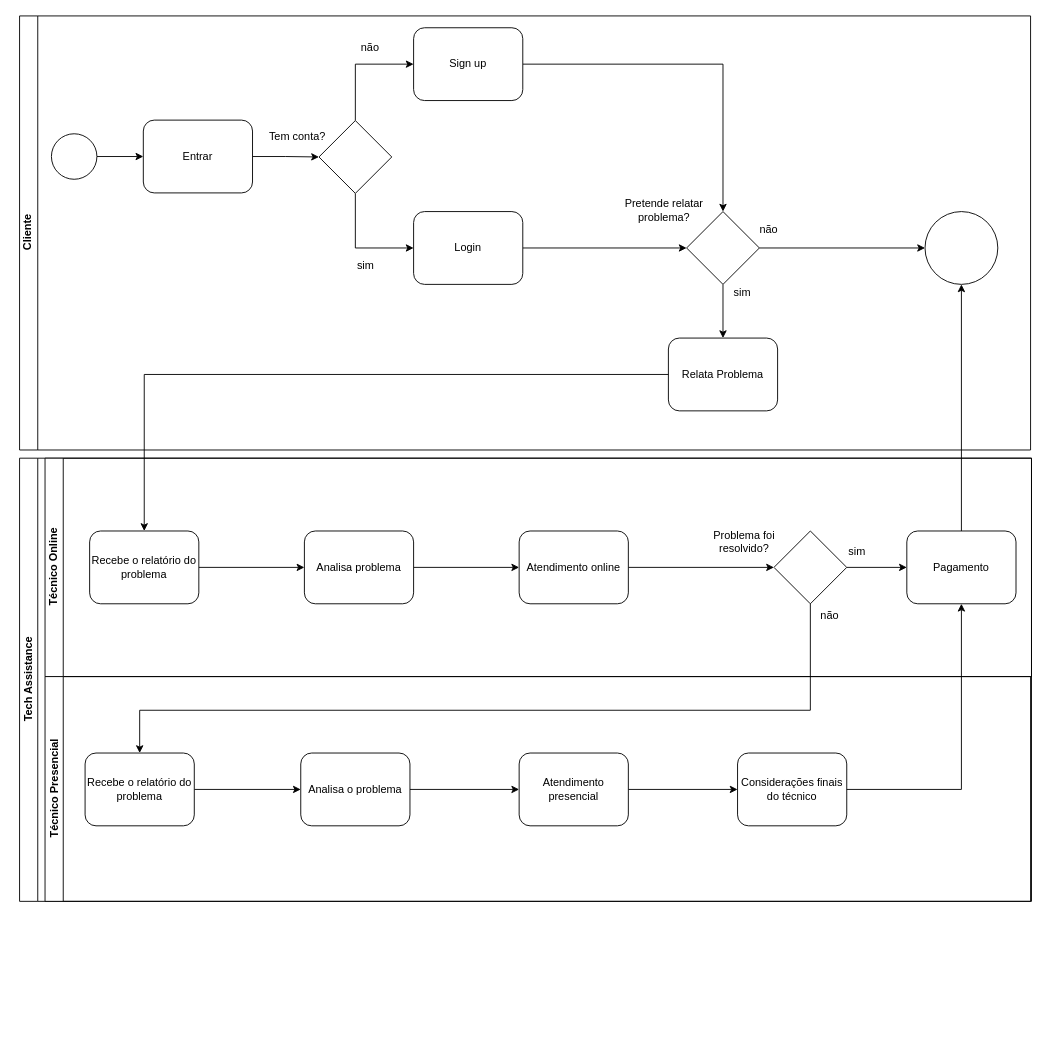
This is page "Fluxo de Negócios" (1 of 2) of Project diagrams and requirements/Tech assistance.drawio from felipepmoreno/Tech-assistanceSoftware, a draw.io file, before an edit. Source tidied: cells renumbered, new cells numbered last; positions are measured from the earlier drawing's top-left corner, leaving out a move shared by most shapes. Both pictures are drawn from the tidied source at 91%, with x=0, y=0 at pixel (19, 15).
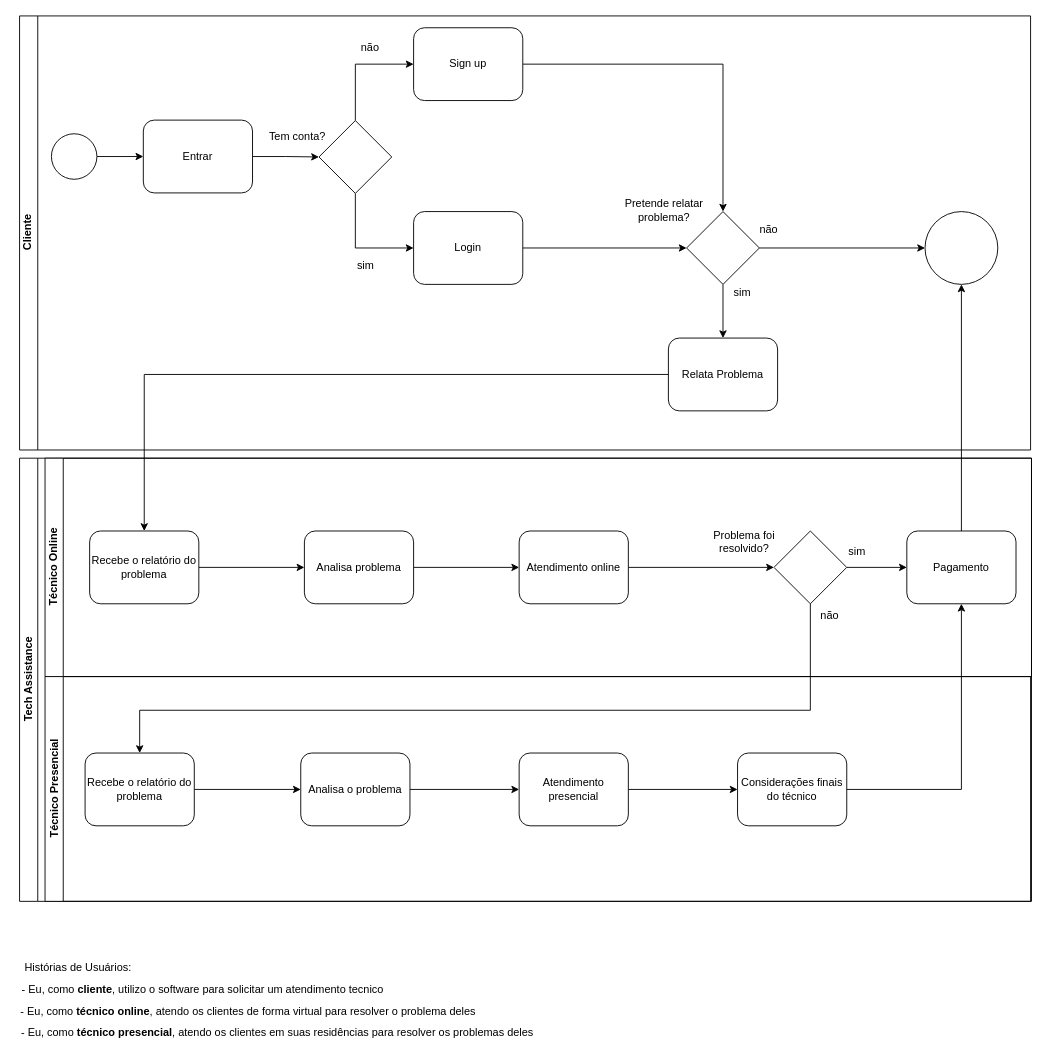
After the change.

Commit message:
Added user histories in Tech assistance.drawio

What changed in the source:
```diff
@@
+    <mxCell id="51" value="Histórias de Usuários:" style="text;html=1;align=center;verticalAlign=middle;" parent="1" vertex="1">
+      <mxGeometry y="1037" width="127" height="18" as="geometry" />
+    </mxCell>
+    <mxCell id="52" value="- Eu, como &lt;b&gt;cliente&lt;/b&gt;, utilizo o software para solicitar um atendimento tecnico" style="text;html=1;align=center;verticalAlign=middle;" parent="1" vertex="1">
+      <mxGeometry x="-3" y="1061" width="408" height="18" as="geometry" />
+    </mxCell>
+    <mxCell id="53" value="- Eu, como &lt;b&gt;técnico online&lt;/b&gt;, atendo os clientes de forma virtual para resolver o problema deles" style="text;html=1;align=center;verticalAlign=middle;" parent="1" vertex="1">
+      <mxGeometry x="-4" y="1085" width="510" height="18" as="geometry" />
+    </mxCell>
+    <mxCell id="54" value="- Eu, como &lt;b&gt;técnico presencial&lt;/b&gt;, atendo os clientes em suas residências para resolver os problemas deles" style="text;html=1;align=center;verticalAlign=middle;" parent="1" vertex="1">
+      <mxGeometry x="-4" y="1109" width="573" height="18" as="geometry" />
+    </mxCell>
```
